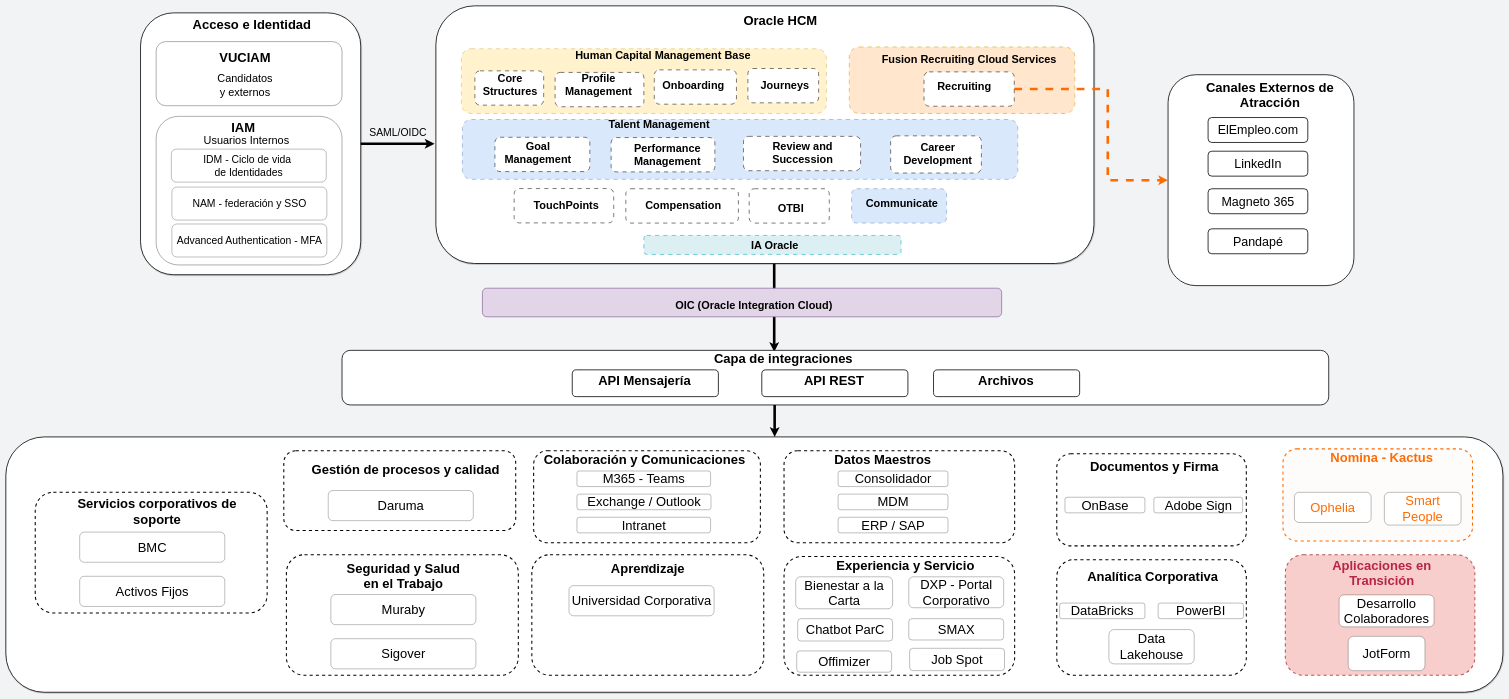
Earlier version of the draw.io diagram page "Page-2" (2 of 3) of HCM.drawio (carlosvalderrama1204/diagrams). Source tidied: cells renumbered, new cells numbered last; positions are measured from the earlier drawing's top-left corner, leaving out a move shared by most shapes. Both pictures are drawn from the tidied source at 26%, with x=0, y=0 at pixel (6, 6).
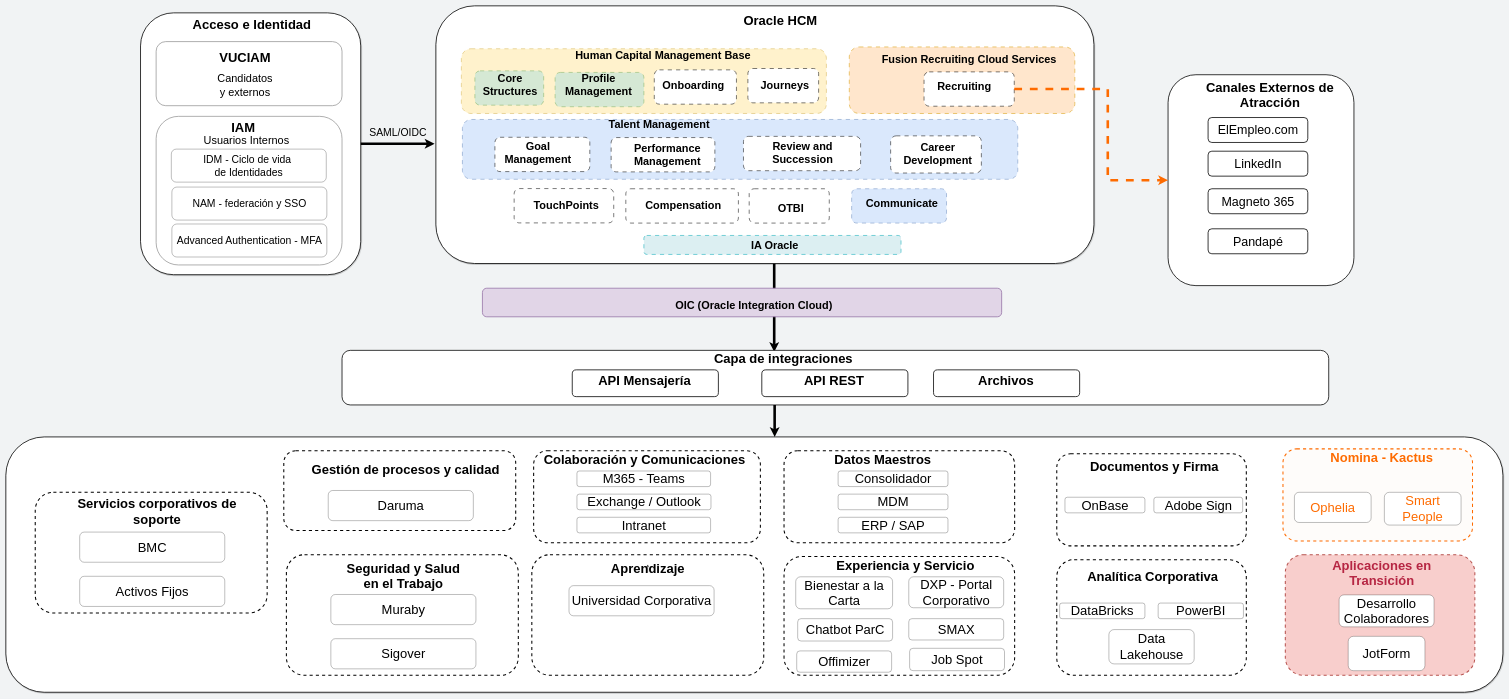
The same page after the edit.

Diff of the diagram source:
```diff
@@
-    <mxCell id="23" style="rounded=1;whiteSpace=wrap;html=1;dashed=1;dashPattern=8 8;fontSize=42;strokeWidth=2;" parent="1" vertex="1">
+    <mxCell id="23" style="rounded=1;whiteSpace=wrap;html=1;dashed=1;dashPattern=8 8;fontSize=42;strokeWidth=2;fillColor=#d5e8d4;strokeColor=#82b366;" parent="1" vertex="1">
       <mxGeometry x="1804" y="250" width="264.5" height="132" as="geometry" />
     </mxCell>
@@
-    <mxCell id="25" style="rounded=1;whiteSpace=wrap;html=1;dashed=1;dashPattern=8 8;fontSize=42;strokeWidth=2;" parent="1" vertex="1">
+    <mxCell id="25" style="rounded=1;whiteSpace=wrap;html=1;dashed=1;dashPattern=8 8;fontSize=42;strokeWidth=2;fillColor=#d5e8d4;strokeColor=#82b366;" parent="1" vertex="1">
       <mxGeometry x="2112.5" y="256" width="341.5" height="132" as="geometry" />
     </mxCell>
```
